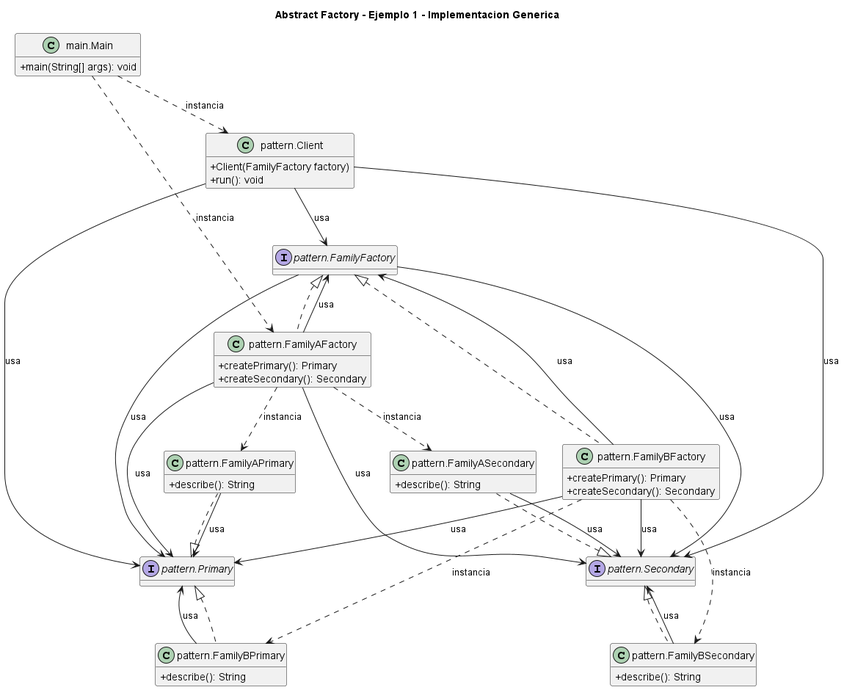
The PlantUML diagram 1. Creacionales/Abstract Factory/Ejemplo 1 - Implementacion Generica/UML.png in NicoCG32/Patrones-de-Software-y-Programacion-UCN, before a commit. Its diagram source:
```plantuml
@startuml
title Abstract Factory - Ejemplo 1 - Implementacion Generica
skinparam classAttributeIconSize 0
hide empty fields
class "main.Main" as main_Main {
  +main(String[] args): void
}
class "pattern.Client" as pattern_Client {
  +Client(FamilyFactory factory)
  +run(): void
}
class "pattern.FamilyAFactory" as pattern_FamilyAFactory {
  +createPrimary(): Primary
  +createSecondary(): Secondary
}
class "pattern.FamilyAPrimary" as pattern_FamilyAPrimary {
  +describe(): String
}
class "pattern.FamilyASecondary" as pattern_FamilyASecondary {
  +describe(): String
}
class "pattern.FamilyBFactory" as pattern_FamilyBFactory {
  +createPrimary(): Primary
  +createSecondary(): Secondary
}
class "pattern.FamilyBPrimary" as pattern_FamilyBPrimary {
  +describe(): String
}
class "pattern.FamilyBSecondary" as pattern_FamilyBSecondary {
  +describe(): String
}
interface "pattern.FamilyFactory" as pattern_FamilyFactory {
}
interface "pattern.Primary" as pattern_Primary {
}
interface "pattern.Secondary" as pattern_Secondary {
}
pattern_FamilyFactory <|.. pattern_FamilyAFactory
pattern_Primary <|.. pattern_FamilyAPrimary
pattern_Secondary <|.. pattern_FamilyASecondary
pattern_FamilyFactory <|.. pattern_FamilyBFactory
pattern_Primary <|.. pattern_FamilyBPrimary
pattern_Secondary <|.. pattern_FamilyBSecondary
main_Main ..> pattern_Client : instancia
main_Main ..> pattern_FamilyAFactory : instancia
pattern_Client --> pattern_FamilyFactory : usa
pattern_Client --> pattern_Primary : usa
pattern_Client --> pattern_Secondary : usa
pattern_FamilyAFactory ..> pattern_FamilyAPrimary : instancia
pattern_FamilyAFactory ..> pattern_FamilyASecondary : instancia
pattern_FamilyAFactory --> pattern_FamilyFactory : usa
pattern_FamilyAFactory --> pattern_Primary : usa
pattern_FamilyAFactory --> pattern_Secondary : usa
pattern_FamilyAPrimary --> pattern_Primary : usa
pattern_FamilyASecondary --> pattern_Secondary : usa
pattern_FamilyBFactory ..> pattern_FamilyBPrimary : instancia
pattern_FamilyBFactory ..> pattern_FamilyBSecondary : instancia
pattern_FamilyBFactory --> pattern_FamilyFactory : usa
pattern_FamilyBFactory --> pattern_Primary : usa
pattern_FamilyBFactory --> pattern_Secondary : usa
pattern_FamilyBPrimary --> pattern_Primary : usa
pattern_FamilyBSecondary --> pattern_Secondary : usa
pattern_FamilyFactory --> pattern_Primary : usa
pattern_FamilyFactory --> pattern_Secondary : usa
@enduml
```
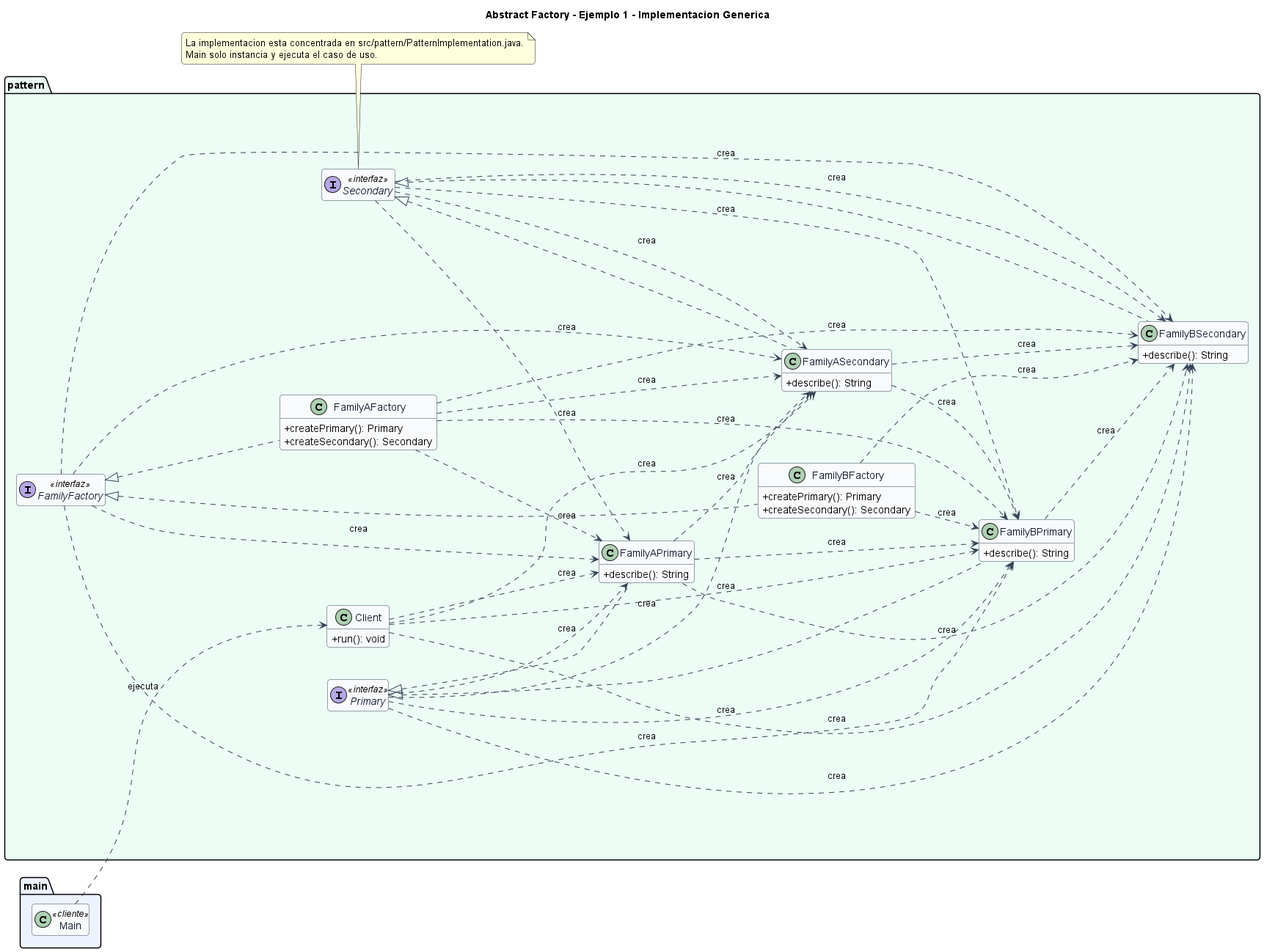
After the commit.

Change to the diagram source:
```diff
@@ -1,65 +1,92 @@
 @startuml
 title Abstract Factory - Ejemplo 1 - Implementacion Generica
+left to right direction
+skinparam backgroundColor #FFFFFF
+skinparam shadowing false
+skinparam roundcorner 8
 skinparam classAttributeIconSize 0
-hide empty fields
-class "main.Main" as main_Main {
-  +main(String[] args): void
+skinparam class {
+  BackgroundColor #F8FAFC
+  BorderColor #334155
+  ArrowColor #334155
+  FontColor #0F172A
 }
-class "pattern.Client" as pattern_Client {
-  +Client(FamilyFactory factory)
-  +run(): void
+hide empty members
+
+package "main" #EEF2FF {
+  class Main <<cliente>>
 }
-class "pattern.FamilyAFactory" as pattern_FamilyAFactory {
-  +createPrimary(): Primary
-  +createSecondary(): Secondary
+
+package "pattern" #ECFDF5 {
+  class Client {
+    +run(): void
+  }
+  class FamilyAFactory {
+    +createPrimary(): Primary
+    +createSecondary(): Secondary
+  }
+  class FamilyAPrimary {
+    +describe(): String
+  }
+  class FamilyASecondary {
+    +describe(): String
+  }
+  class FamilyBFactory {
+    +createPrimary(): Primary
+    +createSecondary(): Secondary
+  }
+  class FamilyBPrimary {
+    +describe(): String
+  }
+  class FamilyBSecondary {
+    +describe(): String
+  }
+  interface FamilyFactory <<interfaz>> {
+  }
+  interface Primary <<interfaz>> {
+  }
+  interface Secondary <<interfaz>> {
+  }
 }
-class "pattern.FamilyAPrimary" as pattern_FamilyAPrimary {
-  +describe(): String
-}
-class "pattern.FamilyASecondary" as pattern_FamilyASecondary {
-  +describe(): String
-}
-class "pattern.FamilyBFactory" as pattern_FamilyBFactory {
-  +createPrimary(): Primary
-  +createSecondary(): Secondary
-}
-class "pattern.FamilyBPrimary" as pattern_FamilyBPrimary {
-  +describe(): String
-}
-class "pattern.FamilyBSecondary" as pattern_FamilyBSecondary {
-  +describe(): String
-}
-interface "pattern.FamilyFactory" as pattern_FamilyFactory {
-}
-interface "pattern.Primary" as pattern_Primary {
-}
-interface "pattern.Secondary" as pattern_Secondary {
-}
-pattern_FamilyFactory <|.. pattern_FamilyAFactory
-pattern_Primary <|.. pattern_FamilyAPrimary
-pattern_Secondary <|.. pattern_FamilyASecondary
-pattern_FamilyFactory <|.. pattern_FamilyBFactory
-pattern_Primary <|.. pattern_FamilyBPrimary
-pattern_Secondary <|.. pattern_FamilyBSecondary
-main_Main ..> pattern_Client : instancia
-main_Main ..> pattern_FamilyAFactory : instancia
-pattern_Client --> pattern_FamilyFactory : usa
-pattern_Client --> pattern_Primary : usa
-pattern_Client --> pattern_Secondary : usa
-pattern_FamilyAFactory ..> pattern_FamilyAPrimary : instancia
-pattern_FamilyAFactory ..> pattern_FamilyASecondary : instancia
-pattern_FamilyAFactory --> pattern_FamilyFactory : usa
-pattern_FamilyAFactory --> pattern_Primary : usa
-pattern_FamilyAFactory --> pattern_Secondary : usa
-pattern_FamilyAPrimary --> pattern_Primary : usa
-pattern_FamilyASecondary --> pattern_Secondary : usa
-pattern_FamilyBFactory ..> pattern_FamilyBPrimary : instancia
-pattern_FamilyBFactory ..> pattern_FamilyBSecondary : instancia
-pattern_FamilyBFactory --> pattern_FamilyFactory : usa
-pattern_FamilyBFactory --> pattern_Primary : usa
-pattern_FamilyBFactory --> pattern_Secondary : usa
-pattern_FamilyBPrimary --> pattern_Primary : usa
-pattern_FamilyBSecondary --> pattern_Secondary : usa
-pattern_FamilyFactory --> pattern_Primary : usa
-pattern_FamilyFactory --> pattern_Secondary : usa
+
+FamilyFactory <|.. FamilyAFactory
+Primary <|.. FamilyAPrimary
+Secondary <|.. FamilyASecondary
+FamilyFactory <|.. FamilyBFactory
+Primary <|.. FamilyBPrimary
+Secondary <|.. FamilyBSecondary
+Client ..> FamilyASecondary : crea
+Client ..> FamilyBPrimary : crea
+Client ..> FamilyAPrimary : crea
+Client ..> FamilyBSecondary : crea
+FamilyAFactory ..> FamilyASecondary : crea
+FamilyAFactory ..> FamilyBPrimary : crea
+FamilyAFactory ..> FamilyAPrimary : crea
+FamilyAFactory ..> FamilyBSecondary : crea
+FamilyAPrimary ..> FamilyASecondary : crea
+FamilyAPrimary ..> FamilyBPrimary : crea
+FamilyAPrimary ..> FamilyBSecondary : crea
+FamilyASecondary ..> FamilyBPrimary : crea
+FamilyASecondary ..> FamilyBSecondary : crea
+FamilyBFactory ..> FamilyBPrimary : crea
+FamilyBFactory ..> FamilyBSecondary : crea
+FamilyBPrimary ..> FamilyBSecondary : crea
+FamilyFactory ..> FamilyASecondary : crea
+FamilyFactory ..> FamilyBPrimary : crea
+FamilyFactory ..> FamilyAPrimary : crea
+FamilyFactory ..> FamilyBSecondary : crea
+Primary ..> FamilyASecondary : crea
+Primary ..> FamilyBPrimary : crea
+Primary ..> FamilyAPrimary : crea
+Primary ..> FamilyBSecondary : crea
+Secondary ..> FamilyASecondary : crea
+Secondary ..> FamilyBPrimary : crea
+Secondary ..> FamilyAPrimary : crea
+Secondary ..> FamilyBSecondary : crea
+Main ..> Client : ejecuta
+
+note bottom
+La implementacion esta concentrada en src/pattern/PatternImplementation.java.
+Main solo instancia y ejecuta el caso de uso.
+end note
 @enduml
```
